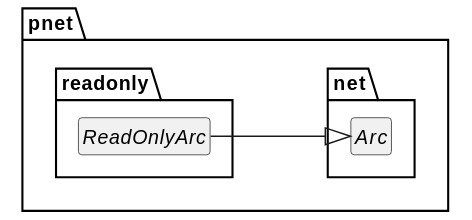
johnstonskj/rust-ptnets keeps this PlantUML diagram as doc/ptnet-model-readonly.svg. Above is the earlier version.
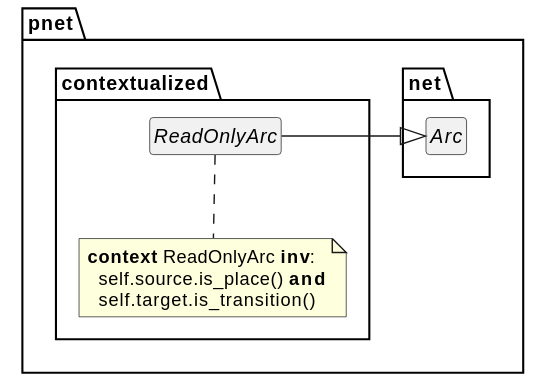
The same file after the commit.

What changed in the source:
```diff
@@ -10,9 +10,14 @@
     package net {
         interface Arc
     }
-    package readonly {
+    package contextualized {
         interface ReadOnlyArc {}
         ReadOnlyArc -right-|> Arc
+        note bottom of ReadOnlyArc
+        **context** ReadOnlyArc **inv**:
+          self.source.is_place() **and**
+          self.target.is_transition()
+        end note
     }
 }
 @enduml
```
